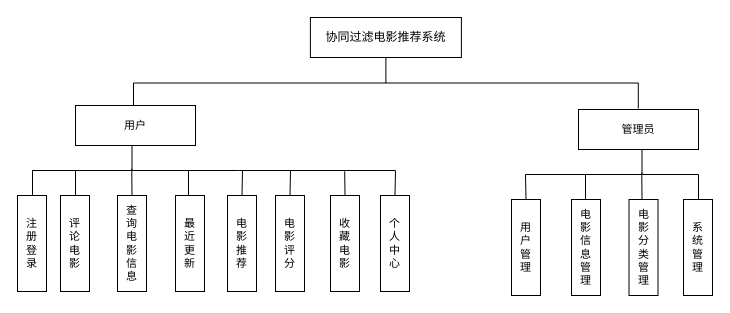
The draw.io diagram page "第 8 页" (8 of 10) of 未命名绘图.drawio in bcxdawn222/Bank, before the edit. Source tidied: cells renumbered, new cells numbered last; positions are measured from the earlier drawing's top-left corner, leaving out a move shared by most shapes. Both pictures are drawn from the tidied source at 100%, with x=0, y=0 at pixel (17, 17).
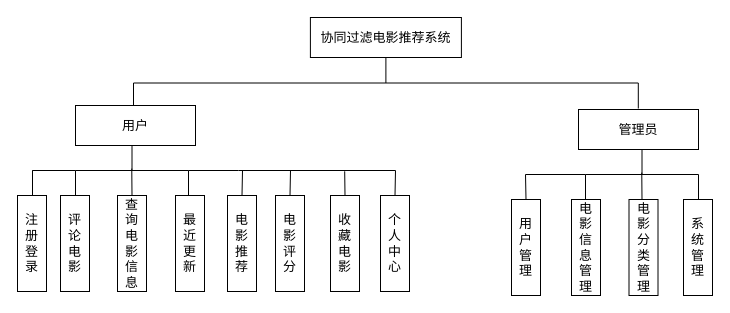
After the change.

Diff of the diagram source:
```diff
@@
-    <mxCell id="2" value="&lt;font&gt;协同过滤电影推荐系统&lt;/font&gt;" style="rounded=0;whiteSpace=wrap;html=1;fontFamily=宋体;" parent="1" vertex="1">
+    <mxCell id="2" value="&lt;font&gt;协同过滤电影推荐系统&lt;/font&gt;" style="rounded=0;whiteSpace=wrap;html=1;fontFamily=宋体;fontSize=13;labelBackgroundColor=none;" parent="1" vertex="1">
       <mxGeometry x="292.9" width="151" height="40" as="geometry" />
     </mxCell>
-    <mxCell id="3" style="strokeWidth=1;html=1;shape=mxgraph.flowchart.annotation_2;align=left;labelPosition=right;fontFamily=宋体;fontSize=11;fontColor=default;labelBackgroundColor=default;direction=south;fontStyle=0;" parent="1" vertex="1">
+    <mxCell id="3" style="strokeWidth=1;html=1;shape=mxgraph.flowchart.annotation_2;align=left;labelPosition=right;fontFamily=宋体;fontSize=13;fontColor=default;labelBackgroundColor=none;direction=south;fontStyle=0;" parent="1" vertex="1">
       <mxGeometry x="116" y="40" width="504.8" height="51" as="geometry" />
     </mxCell>
-    <mxCell id="4" value="管理员" style="rounded=0;whiteSpace=wrap;html=1;fontFamily=宋体;fontSize=11;fontColor=default;labelBackgroundColor=default;" parent="1" vertex="1">
+    <mxCell id="4" value="管理员" style="rounded=0;whiteSpace=wrap;html=1;fontFamily=宋体;fontSize=13;fontColor=default;labelBackgroundColor=none;" parent="1" vertex="1">
       <mxGeometry x="561" y="92" width="120" height="40" as="geometry" />
     </mxCell>
-    <mxCell id="5" value="用户" style="rounded=0;whiteSpace=wrap;html=1;fontFamily=宋体;fontSize=11;fontColor=default;labelBackgroundColor=default;" parent="1" vertex="1">
+    <mxCell id="5" value="用户" style="rounded=0;whiteSpace=wrap;html=1;fontFamily=宋体;fontSize=13;fontColor=default;labelBackgroundColor=none;" parent="1" vertex="1">
       <mxGeometry x="58" y="88" width="120" height="40" as="geometry" />
     </mxCell>
-    <mxCell id="6" style="edgeStyle=none;shape=connector;rounded=0;jettySize=auto;html=1;exitX=0.5;exitY=0;exitDx=0;exitDy=0;exitPerimeter=0;strokeColor=default;align=center;verticalAlign=middle;fontFamily=宋体;fontSize=11;fontColor=default;labelBackgroundColor=default;endArrow=none;entryX=0;entryY=0.5;entryDx=0;entryDy=0;" parent="1" edge="1" source="8" target="18">
+    <mxCell id="6" style="edgeStyle=none;shape=connector;rounded=0;jettySize=auto;html=1;exitX=0.5;exitY=0;exitDx=0;exitDy=0;exitPerimeter=0;strokeColor=default;align=center;verticalAlign=middle;fontFamily=宋体;fontSize=13;fontColor=default;labelBackgroundColor=none;endArrow=none;entryX=0;entryY=0.5;entryDx=0;entryDy=0;" parent="1" edge="1" source="8" target="18">
       <mxGeometry relative="1" as="geometry">
         <Array as="points">
           <mxPoint x="221" y="153" />
           <mxPoint x="378" y="153" />
         </Array>
       </mxGeometry>
     </mxCell>
-    <mxCell id="7" style="edgeStyle=none;shape=connector;rounded=0;jettySize=auto;html=1;exitX=0.5;exitY=1;exitDx=0;exitDy=0;exitPerimeter=0;strokeColor=default;align=center;verticalAlign=middle;fontFamily=宋体;fontSize=11;fontColor=default;labelBackgroundColor=default;endArrow=none;" parent="1" edge="1" source="8">
+    <mxCell id="7" style="edgeStyle=none;shape=connector;rounded=0;jettySize=auto;html=1;exitX=0.5;exitY=1;exitDx=0;exitDy=0;exitPerimeter=0;strokeColor=default;align=center;verticalAlign=middle;fontFamily=宋体;fontSize=13;fontColor=default;labelBackgroundColor=none;endArrow=none;" parent="1" edge="1" source="8">
       <mxGeometry relative="1" as="geometry">
         <mxPoint x="15" y="153" as="targetPoint" />
         <Array as="points">
           <mxPoint x="15" y="153" />
           <mxPoint x="15" y="183" />
         </Array>
       </mxGeometry>
     </mxCell>
-    <mxCell id="8" style="strokeWidth=1;html=1;shape=mxgraph.flowchart.annotation_2;align=left;labelPosition=right;fontFamily=宋体;fontSize=11;fontColor=default;labelBackgroundColor=default;direction=south;fontStyle=0;" parent="1" vertex="1">
+    <mxCell id="8" style="strokeWidth=1;html=1;shape=mxgraph.flowchart.annotation_2;align=left;labelPosition=right;fontFamily=宋体;fontSize=13;fontColor=default;labelBackgroundColor=none;direction=south;fontStyle=0;" parent="1" vertex="1">
       <mxGeometry x="58" y="128" width="113" height="50" as="geometry" />
     </mxCell>
-    <mxCell id="9" value="注&lt;div&gt;册&lt;/div&gt;&lt;div&gt;登&lt;/div&gt;&lt;div&gt;录&lt;/div&gt;" style="rounded=0;whiteSpace=wrap;html=1;fontFamily=宋体;fontSize=11;fontColor=default;labelBackgroundColor=default;direction=south;" parent="1" vertex="1">
+    <mxCell id="9" value="注&lt;div&gt;册&lt;/div&gt;&lt;div&gt;登&lt;/div&gt;&lt;div&gt;录&lt;/div&gt;" style="rounded=0;whiteSpace=wrap;html=1;fontFamily=宋体;fontSize=13;fontColor=default;labelBackgroundColor=none;direction=south;" parent="1" vertex="1">
       <mxGeometry y="178" width="29" height="96" as="geometry" />
     </mxCell>
-    <mxCell id="10" value="&lt;div&gt;查&lt;/div&gt;&lt;div&gt;询&lt;/div&gt;电&lt;div&gt;影&lt;/div&gt;&lt;div&gt;信&lt;/div&gt;&lt;div&gt;息&lt;/div&gt;" style="rounded=0;whiteSpace=wrap;html=1;fontFamily=宋体;fontSize=11;fontColor=default;labelBackgroundColor=default;direction=south;" parent="1" vertex="1">
+    <mxCell id="10" value="&lt;div&gt;查&lt;/div&gt;&lt;div&gt;询&lt;/div&gt;电&lt;div&gt;影&lt;/div&gt;&lt;div&gt;信&lt;/div&gt;&lt;div&gt;息&lt;/div&gt;" style="rounded=0;whiteSpace=wrap;html=1;fontFamily=宋体;fontSize=13;fontColor=default;labelBackgroundColor=none;direction=south;" parent="1" vertex="1">
       <mxGeometry x="100" y="178" width="29" height="96" as="geometry" />
     </mxCell>
-    <mxCell id="11" value="最&lt;div&gt;近&lt;/div&gt;&lt;div&gt;更&lt;/div&gt;&lt;div&gt;新&lt;/div&gt;" style="rounded=0;whiteSpace=wrap;html=1;fontFamily=宋体;fontSize=11;fontColor=default;labelBackgroundColor=default;direction=south;" parent="1" vertex="1">
+    <mxCell id="11" value="最&lt;div&gt;近&lt;/div&gt;&lt;div&gt;更&lt;/div&gt;&lt;div&gt;新&lt;/div&gt;" style="rounded=0;whiteSpace=wrap;html=1;fontFamily=宋体;fontSize=13;fontColor=default;labelBackgroundColor=none;direction=south;" parent="1" vertex="1">
       <mxGeometry x="158" y="178" width="29" height="96" as="geometry" />
     </mxCell>
-    <mxCell id="12" style="edgeStyle=none;shape=connector;rounded=0;orthogonalLoop=1;jettySize=auto;html=1;exitX=1;exitY=0.5;exitDx=0;exitDy=0;exitPerimeter=0;entryX=0.462;entryY=0.502;entryDx=0;entryDy=0;entryPerimeter=0;strokeColor=default;align=center;verticalAlign=middle;fontFamily=宋体;fontSize=11;fontColor=default;labelBackgroundColor=default;endArrow=none;" parent="1" edge="1" source="8" target="8">
+    <mxCell id="12" style="edgeStyle=none;shape=connector;rounded=0;orthogonalLoop=1;jettySize=auto;html=1;exitX=1;exitY=0.5;exitDx=0;exitDy=0;exitPerimeter=0;entryX=0.462;entryY=0.502;entryDx=0;entryDy=0;entryPerimeter=0;strokeColor=default;align=center;verticalAlign=middle;fontFamily=宋体;fontSize=13;fontColor=default;labelBackgroundColor=none;endArrow=none;" parent="1" edge="1" source="8" target="8">
       <mxGeometry relative="1" as="geometry" />
     </mxCell>
-    <mxCell id="13" value="评&lt;div&gt;论&lt;/div&gt;&lt;div&gt;电&lt;/div&gt;&lt;div&gt;影&lt;/div&gt;" style="rounded=0;whiteSpace=wrap;html=1;fontFamily=宋体;fontSize=11;fontColor=default;labelBackgroundColor=default;direction=south;" parent="1" vertex="1">
+    <mxCell id="13" value="评&lt;div&gt;论&lt;/div&gt;&lt;div&gt;电&lt;/div&gt;&lt;div&gt;影&lt;/div&gt;" style="rounded=0;whiteSpace=wrap;html=1;fontFamily=宋体;fontSize=13;fontColor=default;labelBackgroundColor=none;direction=south;" parent="1" vertex="1">
       <mxGeometry x="43" y="178" width="29" height="96" as="geometry" />
     </mxCell>
-    <mxCell id="14" style="edgeStyle=none;shape=connector;rounded=0;jettySize=auto;html=1;exitX=0;exitY=0.5;exitDx=0;exitDy=0;strokeColor=default;align=center;verticalAlign=middle;fontFamily=宋体;fontSize=11;fontColor=default;labelBackgroundColor=default;endArrow=none;" parent="1" edge="1" source="15">
+    <mxCell id="14" style="edgeStyle=none;shape=connector;rounded=0;jettySize=auto;html=1;exitX=0;exitY=0.5;exitDx=0;exitDy=0;strokeColor=default;align=center;verticalAlign=middle;fontFamily=宋体;fontSize=13;fontColor=default;labelBackgroundColor=none;endArrow=none;" parent="1" edge="1" source="15">
       <mxGeometry relative="1" as="geometry">
         <mxPoint x="225" y="153" as="targetPoint" />
       </mxGeometry>
     </mxCell>
-    <mxCell id="15" value="电&lt;div&gt;影&lt;/div&gt;&lt;div&gt;推&lt;/div&gt;&lt;div&gt;荐&lt;/div&gt;" style="rounded=0;whiteSpace=wrap;html=1;fontFamily=宋体;fontSize=11;fontColor=default;labelBackgroundColor=default;direction=south;" parent="1" vertex="1">
+    <mxCell id="15" value="电&lt;div&gt;影&lt;/div&gt;&lt;div&gt;推&lt;/div&gt;&lt;div&gt;荐&lt;/div&gt;" style="rounded=0;whiteSpace=wrap;html=1;fontFamily=宋体;fontSize=13;fontColor=default;labelBackgroundColor=none;direction=south;" parent="1" vertex="1">
       <mxGeometry x="210" y="178" width="29" height="96" as="geometry" />
     </mxCell>
-    <mxCell id="16" style="edgeStyle=none;shape=connector;rounded=0;jettySize=auto;html=1;exitX=0;exitY=0.5;exitDx=0;exitDy=0;strokeColor=default;align=center;verticalAlign=middle;fontFamily=宋体;fontSize=11;fontColor=default;labelBackgroundColor=default;endArrow=none;" parent="1" edge="1" source="17">
+    <mxCell id="16" style="edgeStyle=none;shape=connector;rounded=0;jettySize=auto;html=1;exitX=0;exitY=0.5;exitDx=0;exitDy=0;strokeColor=default;align=center;verticalAlign=middle;fontFamily=宋体;fontSize=13;fontColor=default;labelBackgroundColor=none;endArrow=none;" parent="1" edge="1" source="17">
       <mxGeometry relative="1" as="geometry">
         <mxPoint x="273" y="153" as="targetPoint" />
       </mxGeometry>
     </mxCell>
-    <mxCell id="17" value="电&lt;div&gt;影&lt;/div&gt;&lt;div&gt;评&lt;/div&gt;&lt;div&gt;分&lt;/div&gt;" style="rounded=0;whiteSpace=wrap;html=1;fontFamily=宋体;fontSize=11;fontColor=default;labelBackgroundColor=default;direction=south;" parent="1" vertex="1">
+    <mxCell id="17" value="电&lt;div&gt;影&lt;/div&gt;&lt;div&gt;评&lt;/div&gt;&lt;div&gt;分&lt;/div&gt;" style="rounded=0;whiteSpace=wrap;html=1;fontFamily=宋体;fontSize=13;fontColor=default;labelBackgroundColor=none;direction=south;" parent="1" vertex="1">
       <mxGeometry x="258" y="178" width="29" height="96" as="geometry" />
     </mxCell>
-    <mxCell id="18" value="个&lt;div&gt;人&lt;/div&gt;&lt;div&gt;中&lt;/div&gt;&lt;div&gt;心&lt;/div&gt;" style="rounded=0;whiteSpace=wrap;html=1;fontFamily=宋体;fontSize=11;fontColor=default;labelBackgroundColor=default;direction=south;" parent="1" vertex="1">
+    <mxCell id="18" value="个&lt;div&gt;人&lt;/div&gt;&lt;div&gt;中&lt;/div&gt;&lt;div&gt;心&lt;/div&gt;" style="rounded=0;whiteSpace=wrap;html=1;fontFamily=宋体;fontSize=13;fontColor=default;labelBackgroundColor=none;direction=south;" parent="1" vertex="1">
       <mxGeometry x="363" y="178" width="29" height="96" as="geometry" />
     </mxCell>
-    <mxCell id="19" style="edgeStyle=none;shape=connector;rounded=0;jettySize=auto;html=1;exitX=0.5;exitY=1;exitDx=0;exitDy=0;exitPerimeter=0;entryX=0;entryY=0.5;entryDx=0;entryDy=0;strokeColor=default;align=center;verticalAlign=middle;fontFamily=宋体;fontSize=11;fontColor=default;labelBackgroundColor=default;endArrow=none;" parent="1" edge="1" source="20" target="21">
+    <mxCell id="19" style="edgeStyle=none;shape=connector;rounded=0;jettySize=auto;html=1;exitX=0.5;exitY=1;exitDx=0;exitDy=0;exitPerimeter=0;entryX=0;entryY=0.5;entryDx=0;entryDy=0;strokeColor=default;align=center;verticalAlign=middle;fontFamily=宋体;fontSize=13;fontColor=default;labelBackgroundColor=none;endArrow=none;" parent="1" edge="1" source="20" target="21">
       <mxGeometry relative="1" as="geometry">
         <Array as="points">
           <mxPoint x="508" y="157" />
         </Array>
       </mxGeometry>
     </mxCell>
-    <mxCell id="20" style="strokeWidth=1;html=1;shape=mxgraph.flowchart.annotation_2;align=left;labelPosition=right;fontFamily=宋体;fontSize=11;fontColor=default;labelBackgroundColor=default;direction=south;fontStyle=0;" parent="1" vertex="1">
+    <mxCell id="20" style="strokeWidth=1;html=1;shape=mxgraph.flowchart.annotation_2;align=left;labelPosition=right;fontFamily=宋体;fontSize=13;fontColor=default;labelBackgroundColor=none;direction=south;fontStyle=0;" parent="1" vertex="1">
       <mxGeometry x="568" y="132" width="113" height="50" as="geometry" />
     </mxCell>
-    <mxCell id="21" value="用&lt;div&gt;户&lt;/div&gt;&lt;div&gt;管&lt;/div&gt;&lt;div&gt;理&lt;/div&gt;" style="rounded=0;whiteSpace=wrap;html=1;fontFamily=宋体;fontSize=11;fontColor=default;labelBackgroundColor=default;direction=south;" parent="1" vertex="1">
+    <mxCell id="21" value="用&lt;div&gt;户&lt;/div&gt;&lt;div&gt;管&lt;/div&gt;&lt;div&gt;理&lt;/div&gt;" style="rounded=0;whiteSpace=wrap;html=1;fontFamily=宋体;fontSize=13;fontColor=default;labelBackgroundColor=none;direction=south;" parent="1" vertex="1">
       <mxGeometry x="494" y="182" width="29" height="96" as="geometry" />
     </mxCell>
-    <mxCell id="22" value="电&lt;div&gt;影&lt;/div&gt;&lt;div&gt;分&lt;/div&gt;&lt;div&gt;类&lt;/div&gt;&lt;div&gt;管&lt;/div&gt;&lt;div&gt;理&lt;/div&gt;" style="rounded=0;whiteSpace=wrap;html=1;fontFamily=宋体;fontSize=11;fontColor=default;labelBackgroundColor=default;direction=south;" parent="1" vertex="1">
+    <mxCell id="22" value="电&lt;div&gt;影&lt;/div&gt;&lt;div&gt;分&lt;/div&gt;&lt;div&gt;类&lt;/div&gt;&lt;div&gt;管&lt;/div&gt;&lt;div&gt;理&lt;/div&gt;" style="rounded=0;whiteSpace=wrap;html=1;fontFamily=宋体;fontSize=13;fontColor=default;labelBackgroundColor=none;direction=south;" parent="1" vertex="1">
       <mxGeometry x="611.5" y="182" width="29" height="96" as="geometry" />
     </mxCell>
-    <mxCell id="23" value="系&lt;div&gt;统&lt;/div&gt;&lt;div&gt;管&lt;/div&gt;&lt;div&gt;理&lt;/div&gt;" style="rounded=0;whiteSpace=wrap;html=1;fontFamily=宋体;fontSize=11;fontColor=default;labelBackgroundColor=default;direction=south;" parent="1" vertex="1">
+    <mxCell id="23" value="系&lt;div&gt;统&lt;/div&gt;&lt;div&gt;管&lt;/div&gt;&lt;div&gt;理&lt;/div&gt;" style="rounded=0;whiteSpace=wrap;html=1;fontFamily=宋体;fontSize=13;fontColor=default;labelBackgroundColor=none;direction=south;" parent="1" vertex="1">
       <mxGeometry x="666" y="182" width="29" height="96" as="geometry" />
     </mxCell>
-    <mxCell id="24" style="edgeStyle=none;shape=connector;rounded=0;orthogonalLoop=1;jettySize=auto;html=1;exitX=1;exitY=0.5;exitDx=0;exitDy=0;exitPerimeter=0;entryX=0.462;entryY=0.502;entryDx=0;entryDy=0;entryPerimeter=0;strokeColor=default;align=center;verticalAlign=middle;fontFamily=宋体;fontSize=11;fontColor=default;labelBackgroundColor=default;endArrow=none;" parent="1" edge="1" source="20" target="20">
+    <mxCell id="24" style="edgeStyle=none;shape=connector;rounded=0;orthogonalLoop=1;jettySize=auto;html=1;exitX=1;exitY=0.5;exitDx=0;exitDy=0;exitPerimeter=0;entryX=0.462;entryY=0.502;entryDx=0;entryDy=0;entryPerimeter=0;strokeColor=default;align=center;verticalAlign=middle;fontFamily=宋体;fontSize=13;fontColor=default;labelBackgroundColor=none;endArrow=none;" parent="1" edge="1" source="20" target="20">
       <mxGeometry relative="1" as="geometry" />
     </mxCell>
-    <mxCell id="25" value="电&lt;div&gt;影&lt;/div&gt;&lt;div&gt;信&lt;/div&gt;&lt;div&gt;息&lt;/div&gt;&lt;div&gt;管&lt;/div&gt;&lt;div&gt;理&lt;/div&gt;" style="rounded=0;whiteSpace=wrap;html=1;fontFamily=宋体;fontSize=11;fontColor=default;labelBackgroundColor=default;direction=south;" parent="1" vertex="1">
+    <mxCell id="25" value="电&lt;div&gt;影&lt;/div&gt;&lt;div&gt;信&lt;/div&gt;&lt;div&gt;息&lt;/div&gt;&lt;div&gt;管&lt;/div&gt;&lt;div&gt;理&lt;/div&gt;" style="rounded=0;whiteSpace=wrap;html=1;fontFamily=宋体;fontSize=13;fontColor=default;labelBackgroundColor=none;direction=south;" parent="1" vertex="1">
       <mxGeometry x="554" y="182" width="29" height="96" as="geometry" />
     </mxCell>
-    <mxCell id="26" style="edgeStyle=none;shape=connector;rounded=0;jettySize=auto;html=1;exitX=0;exitY=0.5;exitDx=0;exitDy=0;strokeColor=default;align=center;verticalAlign=middle;fontFamily=宋体;fontSize=11;fontColor=default;labelBackgroundColor=default;endArrow=none;" parent="1" edge="1" source="27">
+    <mxCell id="26" style="edgeStyle=none;shape=connector;rounded=0;jettySize=auto;html=1;exitX=0;exitY=0.5;exitDx=0;exitDy=0;strokeColor=default;align=center;verticalAlign=middle;fontFamily=宋体;fontSize=13;fontColor=default;labelBackgroundColor=none;endArrow=none;" parent="1" edge="1" source="27">
       <mxGeometry relative="1" as="geometry">
         <mxPoint x="327.2" y="153.8" as="targetPoint" />
       </mxGeometry>
     </mxCell>
-    <mxCell id="27" value="收&lt;div&gt;藏&lt;/div&gt;&lt;div&gt;电&lt;/div&gt;&lt;div&gt;影&lt;/div&gt;" style="rounded=0;whiteSpace=wrap;html=1;fontFamily=宋体;fontSize=11;fontColor=default;labelBackgroundColor=default;direction=south;" parent="1" vertex="1">
+    <mxCell id="27" value="收&lt;div&gt;藏&lt;/div&gt;&lt;div&gt;电&lt;/div&gt;&lt;div&gt;影&lt;/div&gt;" style="rounded=0;whiteSpace=wrap;html=1;fontFamily=宋体;fontSize=13;fontColor=default;labelBackgroundColor=none;direction=south;" parent="1" vertex="1">
       <mxGeometry x="313" y="178" width="29" height="96" as="geometry" />
     </mxCell>
```
